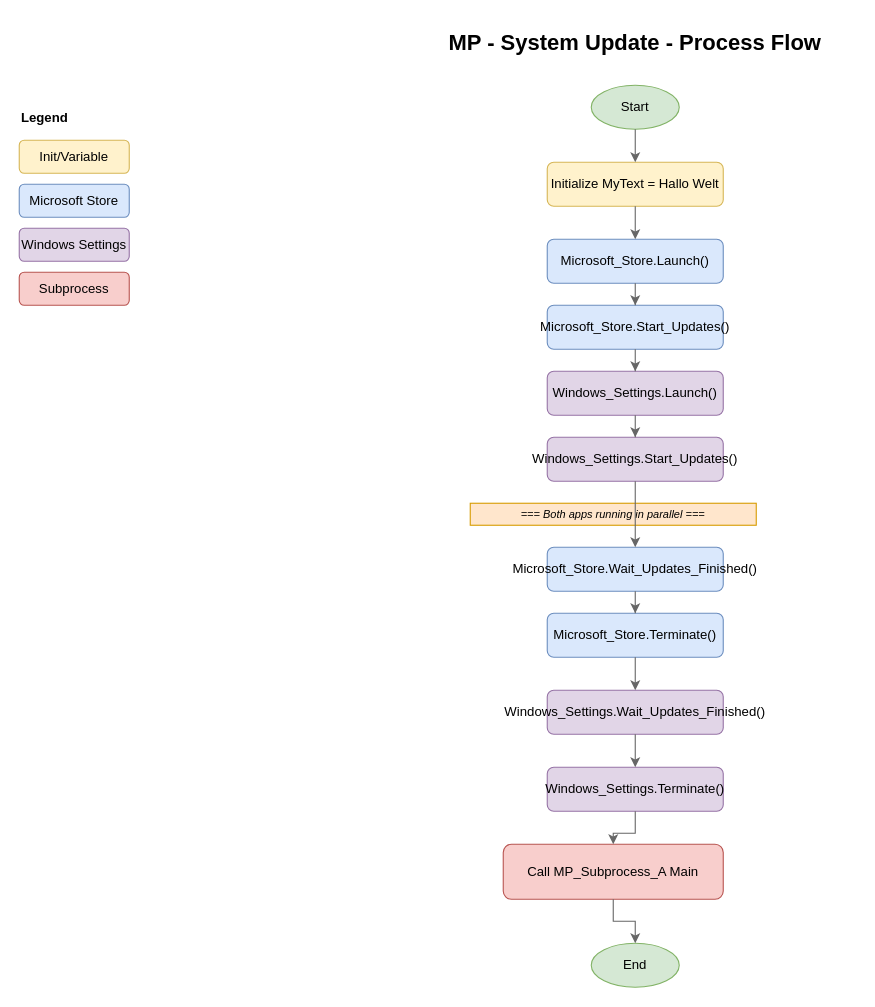
This is output/MP - System Update.drawio from schirkan/bp-analyzer, a draw.io file, before an edit. Source tidied: cells renumbered, new cells numbered last; positions are measured from the earlier drawing's top-left corner, leaving out a move shared by most shapes. Both pictures are drawn from the tidied source at 110%, with x=0, y=0 at pixel (19, 19).
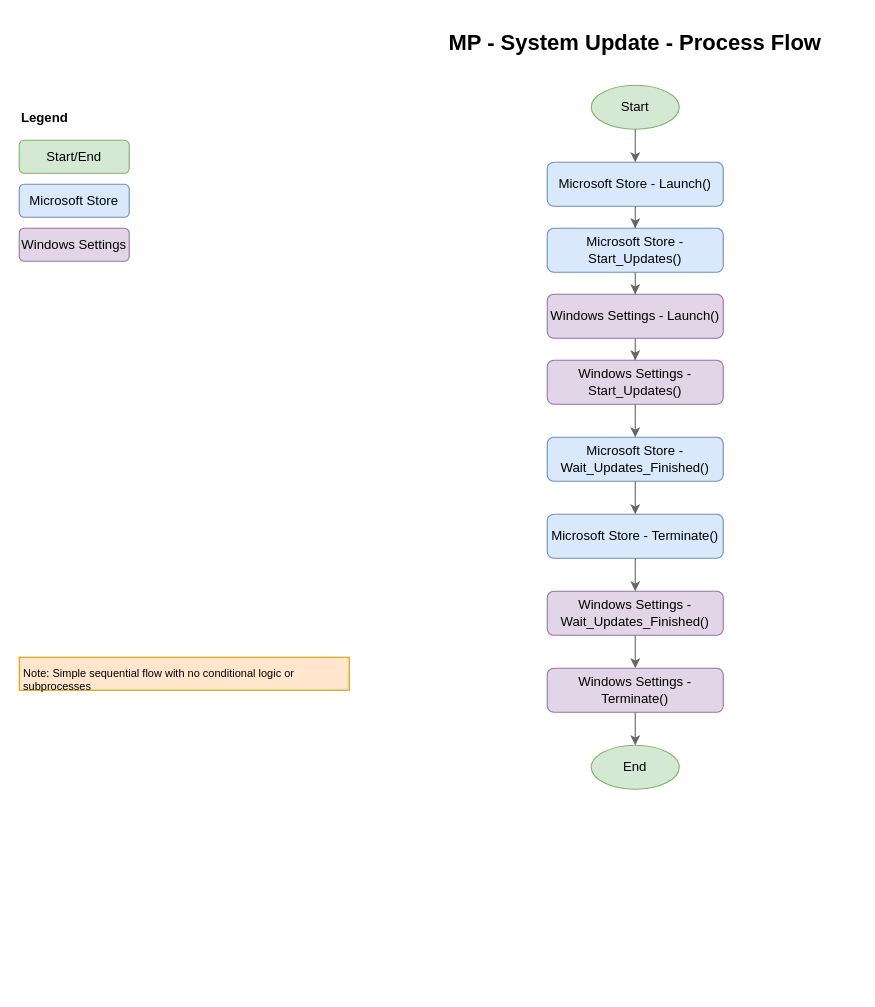
After the change.

The change refers to these unchanged cells:
```xml
<mxCell id="3" value="Start" style="ellipse;whiteSpace=wrap;html=1;fillColor=#d5e8d4;strokeColor=#82b366;" parent="1" vertex="1">
  <mxGeometry x="520" y="60" width="80" height="40" as="geometry" />
</mxCell>
```

Change to the diagram source:
```diff
@@
-    <mxCell id="4" value="Initialize MyText = Hallo Welt" style="rounded=1;whiteSpace=wrap;html=1;fillColor=#fff2cc;strokeColor=#d6b656;" parent="1" vertex="1">
-      <mxGeometry x="480" y="130" width="160" height="40" as="geometry" />
-    </mxCell>
-    <mxCell id="5" value="Microsoft_Store.Launch()" style="rounded=1;whiteSpace=wrap;html=1;fillColor=#dae8fc;strokeColor=#6c8ebf;" parent="1" vertex="1">
-      <mxGeometry x="480" y="200" width="160" height="40" as="geometry" />
+    <mxCell id="5" value="Microsoft Store - Launch()" style="rounded=1;whiteSpace=wrap;html=1;fillColor=#dae8fc;strokeColor=#6c8ebf;" parent="1" vertex="1">
+      <mxGeometry x="480" y="130" width="160" height="40" as="geometry" />
     </mxCell>
-    <mxCell id="6" value="Microsoft_Store.Start_Updates()" style="rounded=1;whiteSpace=wrap;html=1;fillColor=#dae8fc;strokeColor=#6c8ebf;" parent="1" vertex="1">
-      <mxGeometry x="480" y="260" width="160" height="40" as="geometry" />
+    <mxCell id="6" value="Microsoft Store - Start_Updates()" style="rounded=1;whiteSpace=wrap;html=1;fillColor=#dae8fc;strokeColor=#6c8ebf;" parent="1" vertex="1">
+      <mxGeometry x="480" y="190" width="160" height="40" as="geometry" />
     </mxCell>
-    <mxCell id="7" value="Windows_Settings.Launch()" style="rounded=1;whiteSpace=wrap;html=1;fillColor=#e1d5e7;strokeColor=#9673a6;" parent="1" vertex="1">
-      <mxGeometry x="480" y="320" width="160" height="40" as="geometry" />
+    <mxCell id="7" value="Windows Settings - Launch()" style="rounded=1;whiteSpace=wrap;html=1;fillColor=#e1d5e7;strokeColor=#9673a6;" parent="1" vertex="1">
+      <mxGeometry x="480" y="250" width="160" height="40" as="geometry" />
     </mxCell>
-    <mxCell id="8" value="Windows_Settings.Start_Updates()" style="rounded=1;whiteSpace=wrap;html=1;fillColor=#e1d5e7;strokeColor=#9673a6;" parent="1" vertex="1">
-      <mxGeometry x="480" y="380" width="160" height="40" as="geometry" />
+    <mxCell id="8" value="Windows Settings - Start_Updates()" style="rounded=1;whiteSpace=wrap;html=1;fillColor=#e1d5e7;strokeColor=#9673a6;" parent="1" vertex="1">
+      <mxGeometry x="480" y="310" width="160" height="40" as="geometry" />
     </mxCell>
-    <mxCell id="9" value="=== Both apps running in parallel ===" style="text;html=1;strokeColor=#d79b00;fillColor=#ffe6cc;align=center;verticalAlign=middle;whiteSpace=wrap;rounded=0;fontSize=10;fontStyle=2;" parent="1" vertex="1">
-      <mxGeometry x="410" y="440" width="260" height="20" as="geometry" />
-    </mxCell>
-    <mxCell id="10" value="Microsoft_Store.Wait_Updates_Finished()" style="rounded=1;whiteSpace=wrap;html=1;fillColor=#dae8fc;strokeColor=#6c8ebf;" parent="1" vertex="1">
-      <mxGeometry x="480" y="480" width="160" height="40" as="geometry" />
+    <mxCell id="10" value="Microsoft Store - Wait_Updates_Finished()" style="rounded=1;whiteSpace=wrap;html=1;fillColor=#dae8fc;strokeColor=#6c8ebf;" parent="1" vertex="1">
+      <mxGeometry x="480" y="380" width="160" height="40" as="geometry" />
     </mxCell>
-    <mxCell id="11" value="Microsoft_Store.Terminate()" style="rounded=1;whiteSpace=wrap;html=1;fillColor=#dae8fc;strokeColor=#6c8ebf;" parent="1" vertex="1">
-      <mxGeometry x="480" y="540" width="160" height="40" as="geometry" />
+    <mxCell id="11" value="Microsoft Store - Terminate()" style="rounded=1;whiteSpace=wrap;html=1;fillColor=#dae8fc;strokeColor=#6c8ebf;" parent="1" vertex="1">
+      <mxGeometry x="480" y="450" width="160" height="40" as="geometry" />
     </mxCell>
-    <mxCell id="12" value="Windows_Settings.Wait_Updates_Finished()" style="rounded=1;whiteSpace=wrap;html=1;fillColor=#e1d5e7;strokeColor=#9673a6;" parent="1" vertex="1">
-      <mxGeometry x="480" y="610" width="160" height="40" as="geometry" />
+    <mxCell id="12" value="Windows Settings - Wait_Updates_Finished()" style="rounded=1;whiteSpace=wrap;html=1;fillColor=#e1d5e7;strokeColor=#9673a6;" parent="1" vertex="1">
+      <mxGeometry x="480" y="520" width="160" height="40" as="geometry" />
     </mxCell>
-    <mxCell id="13" value="Windows_Settings.Terminate()" style="rounded=1;whiteSpace=wrap;html=1;fillColor=#e1d5e7;strokeColor=#9673a6;" parent="1" vertex="1">
-      <mxGeometry x="480" y="680" width="160" height="40" as="geometry" />
+    <mxCell id="13" value="Windows Settings - Terminate()" style="rounded=1;whiteSpace=wrap;html=1;fillColor=#e1d5e7;strokeColor=#9673a6;" parent="1" vertex="1">
+      <mxGeometry x="480" y="590" width="160" height="40" as="geometry" />
     </mxCell>
-    <mxCell id="14" value="Call MP_Subprocess_A Main" style="rounded=1;whiteSpace=wrap;html=1;fillColor=#f8cecc;strokeColor=#b85450;" parent="1" vertex="1">
-      <mxGeometry x="440" y="750" width="200" height="50" as="geometry" />
-    </mxCell>
     <mxCell id="15" value="End" style="ellipse;whiteSpace=wrap;html=1;fillColor=#d5e8d4;strokeColor=#82b366;" parent="1" vertex="1">
-      <mxGeometry x="520" y="840" width="80" height="40" as="geometry" />
+      <mxGeometry x="520" y="660" width="80" height="40" as="geometry" />
     </mxCell>
-    <mxCell id="16" style="edgeStyle=orthogonalEdgeStyle;rounded=0;jettySize=auto;html=1;strokeColor=#666666;" parent="1" edge="1" source="3" target="4">
+    <mxCell id="16" style="edgeStyle=orthogonalEdgeStyle;rounded=0;jettySize=auto;html=1;strokeColor=#666666;" parent="1" edge="1" source="3" target="5">
       <mxGeometry relative="1" as="geometry" />
     </mxCell>
-    <mxCell id="17" style="edgeStyle=orthogonalEdgeStyle;rounded=0;jettySize=auto;html=1;strokeColor=#666666;" parent="1" edge="1" source="4" target="5">
+    <mxCell id="17" style="edgeStyle=orthogonalEdgeStyle;rounded=0;jettySize=auto;html=1;strokeColor=#666666;" parent="1" edge="1" source="5" target="6">
       <mxGeometry relative="1" as="geometry" />
     </mxCell>
-    <mxCell id="18" style="edgeStyle=orthogonalEdgeStyle;rounded=0;jettySize=auto;html=1;strokeColor=#666666;" parent="1" edge="1" source="5" target="6">
+    <mxCell id="18" style="edgeStyle=orthogonalEdgeStyle;rounded=0;jettySize=auto;html=1;strokeColor=#666666;" parent="1" edge="1" source="6" target="7">
       <mxGeometry relative="1" as="geometry" />
     </mxCell>
-    <mxCell id="19" style="edgeStyle=orthogonalEdgeStyle;rounded=0;jettySize=auto;html=1;strokeColor=#666666;" parent="1" edge="1" source="6" target="7">
+    <mxCell id="19" style="edgeStyle=orthogonalEdgeStyle;rounded=0;jettySize=auto;html=1;strokeColor=#666666;" parent="1" edge="1" source="7" target="8">
       <mxGeometry relative="1" as="geometry" />
     </mxCell>
-    <mxCell id="20" style="edgeStyle=orthogonalEdgeStyle;rounded=0;jettySize=auto;html=1;strokeColor=#666666;" parent="1" edge="1" source="7" target="8">
+    <mxCell id="20" style="edgeStyle=orthogonalEdgeStyle;rounded=0;jettySize=auto;html=1;strokeColor=#666666;" parent="1" edge="1" source="8" target="10">
       <mxGeometry relative="1" as="geometry" />
     </mxCell>
-    <mxCell id="21" style="edgeStyle=orthogonalEdgeStyle;rounded=0;jettySize=auto;html=1;strokeColor=#666666;" parent="1" edge="1" source="8" target="10">
+    <mxCell id="21" style="edgeStyle=orthogonalEdgeStyle;rounded=0;jettySize=auto;html=1;strokeColor=#666666;" parent="1" edge="1" source="10" target="11">
       <mxGeometry relative="1" as="geometry" />
     </mxCell>
-    <mxCell id="22" style="edgeStyle=orthogonalEdgeStyle;rounded=0;jettySize=auto;html=1;strokeColor=#666666;" parent="1" edge="1" source="10" target="11">
+    <mxCell id="22" style="edgeStyle=orthogonalEdgeStyle;rounded=0;jettySize=auto;html=1;strokeColor=#666666;" parent="1" edge="1" source="11" target="12">
       <mxGeometry relative="1" as="geometry" />
     </mxCell>
-    <mxCell id="23" style="edgeStyle=orthogonalEdgeStyle;rounded=0;jettySize=auto;html=1;strokeColor=#666666;" parent="1" edge="1" source="11" target="12">
+    <mxCell id="23" style="edgeStyle=orthogonalEdgeStyle;rounded=0;jettySize=auto;html=1;strokeColor=#666666;" parent="1" edge="1" source="12" target="13">
       <mxGeometry relative="1" as="geometry" />
     </mxCell>
-    <mxCell id="24" style="edgeStyle=orthogonalEdgeStyle;rounded=0;jettySize=auto;html=1;strokeColor=#666666;" parent="1" edge="1" source="12" target="13">
+    <mxCell id="24" style="edgeStyle=orthogonalEdgeStyle;rounded=0;jettySize=auto;html=1;strokeColor=#666666;" parent="1" edge="1" source="13" target="15">
       <mxGeometry relative="1" as="geometry" />
     </mxCell>
-    <mxCell id="25" style="edgeStyle=orthogonalEdgeStyle;rounded=0;jettySize=auto;html=1;strokeColor=#666666;" parent="1" edge="1" source="13" target="14">
-      <mxGeometry relative="1" as="geometry" />
-    </mxCell>
-    <mxCell id="26" style="edgeStyle=orthogonalEdgeStyle;rounded=0;jettySize=auto;html=1;strokeColor=#666666;" parent="1" edge="1" source="14" target="15">
-      <mxGeometry relative="1" as="geometry" />
-    </mxCell>
@@
-    <mxCell id="28" value="Init/Variable" style="rounded=1;whiteSpace=wrap;html=1;fillColor=#fff2cc;strokeColor=#d6b656;" parent="1" vertex="1">
+    <mxCell id="28" value="Start/End" style="rounded=1;whiteSpace=wrap;html=1;fillColor=#d5e8d4;strokeColor=#82b366;" parent="1" vertex="1">
       <mxGeometry y="110" width="100" height="30" as="geometry" />
     </mxCell>
@@
-    <mxCell id="31" value="Subprocess" style="rounded=1;whiteSpace=wrap;html=1;fillColor=#f8cecc;strokeColor=#b85450;" parent="1" vertex="1">
-      <mxGeometry y="230" width="100" height="30" as="geometry" />
-    </mxCell>
+    <mxCell id="32" value="Note: Simple sequential flow with no conditional logic or subprocesses" style="text;html=1;strokeColor=#d79b00;fillColor=#ffe6cc;align=left;verticalAlign=top;whiteSpace=wrap;rounded=0;fontSize=10;spacing=4;" parent="1" vertex="1">
+      <mxGeometry y="580" width="300" height="30" as="geometry" />
+    </mxCell>
```
